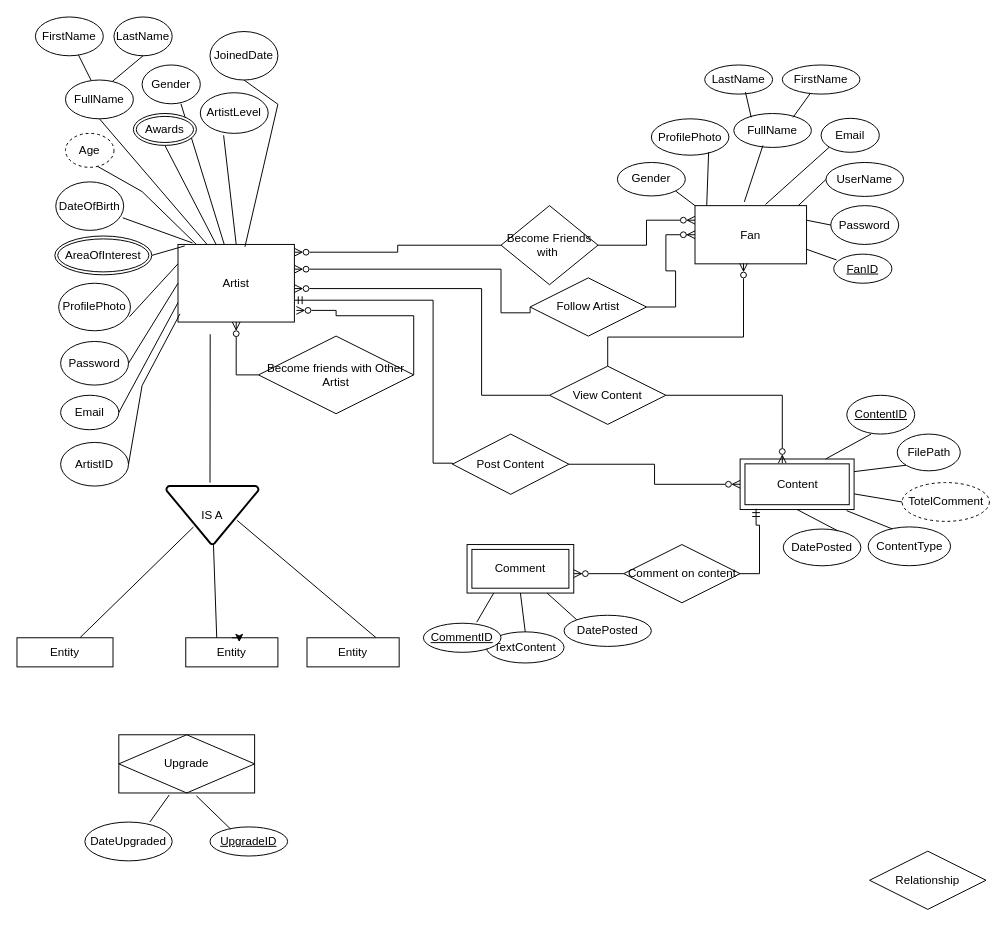
Before: Untitled Diagram.drawio in deleshan/puthurep, a draw.io diagram. Source tidied: cells renumbered, new cells numbered last; positions are measured from the earlier drawing's top-left corner, leaving out a move shared by most shapes. Both pictures are drawn from the tidied source at 97%, with x=0, y=0 at pixel (16, 16).
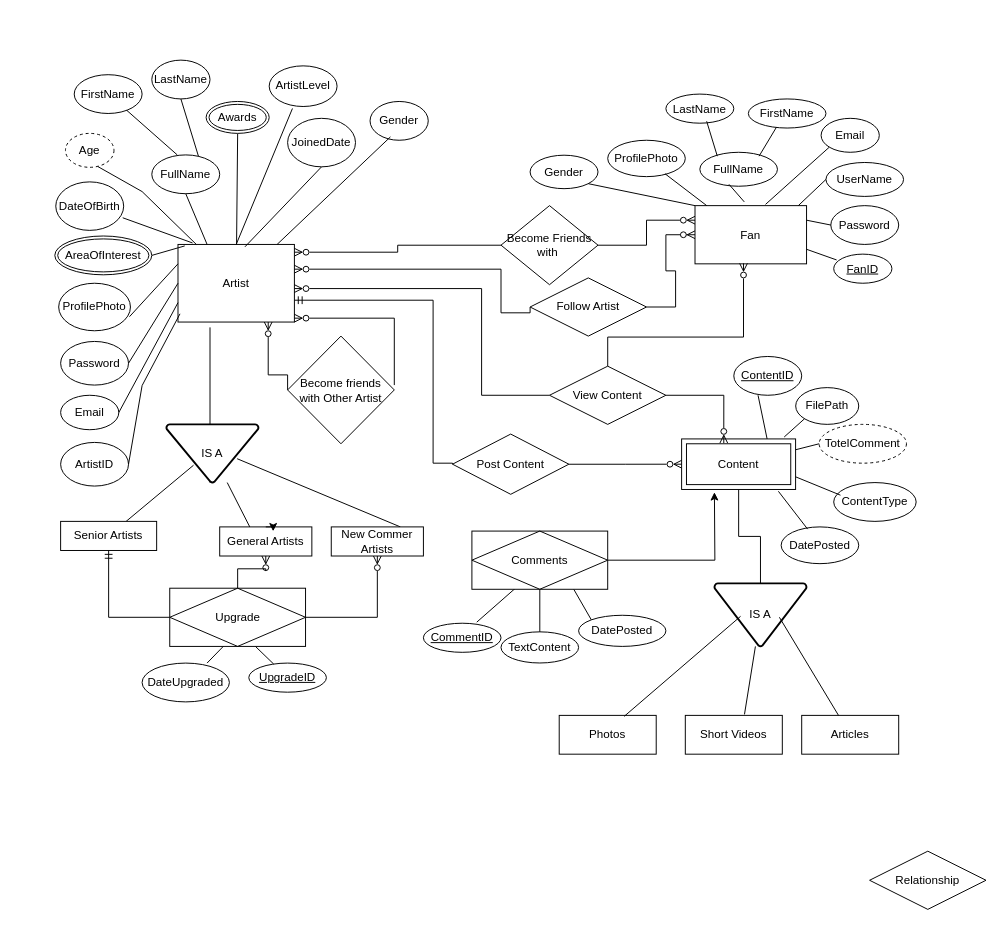
The same diagram, later.

Unchanged cells that the change refers to:
```xml
<mxCell id="2" value="Artist" style="rounded=0;whiteSpace=wrap;html=1;" parent="1" vertex="1">
  <mxGeometry x="166" y="234.5" width="120" height="80" as="geometry" />
</mxCell>
```

Change to the diagram source:
```diff
@@
     <mxCell id="9" value="FullName" style="ellipse;whiteSpace=wrap;html=1;" parent="1" vertex="1">
-      <mxGeometry x="50" y="65" width="70" height="40" as="geometry" />
+      <mxGeometry x="139" y="142.2" width="70" height="40" as="geometry" />
     </mxCell>
     <mxCell id="10" value="ArtistLevel" style="ellipse;whiteSpace=wrap;html=1;" parent="1" vertex="1">
-      <mxGeometry x="189" y="78.1" width="70" height="41.9" as="geometry" />
+      <mxGeometry x="260" y="50.4" width="70" height="41.9" as="geometry" />
     </mxCell>
     <mxCell id="11" value="Gender" style="ellipse;whiteSpace=wrap;html=1;" parent="1" vertex="1">
-      <mxGeometry x="129" y="49.5" width="60" height="40" as="geometry" />
+      <mxGeometry x="364" y="87.1" width="60" height="40" as="geometry" />
     </mxCell>
@@
-    <mxCell id="21" style="endArrow=none;html=1;rounded=0;entryX=0.667;entryY=1;entryDx=0;entryDy=0;entryPerimeter=0;" parent="1" edge="1" source="2" target="11">
+    <mxCell id="21" style="endArrow=none;html=1;rounded=0;entryX=0.35;entryY=0.913;entryDx=0;entryDy=0;entryPerimeter=0;" parent="1" edge="1" source="2" target="11">
       <mxGeometry relative="1" as="geometry" />
     </mxCell>
@@
     <mxCell id="23" value="FirstName" style="ellipse;whiteSpace=wrap;html=1;" parent="1" vertex="1">
-      <mxGeometry x="19" width="70" height="40" as="geometry" />
+      <mxGeometry x="59" y="59.5" width="70" height="40" as="geometry" />
     </mxCell>
     <mxCell id="24" value="LastName" style="ellipse;whiteSpace=wrap;html=1;" parent="1" vertex="1">
-      <mxGeometry x="100" width="60" height="40" as="geometry" />
+      <mxGeometry x="139" y="44.5" width="60" height="40" as="geometry" />
     </mxCell>
@@
     <mxCell id="27" value="JoinedDate" style="ellipse;whiteSpace=wrap;html=1;" parent="1" vertex="1">
-      <mxGeometry x="199" y="15" width="70" height="50" as="geometry" />
+      <mxGeometry x="279" y="104.5" width="70" height="50" as="geometry" />
     </mxCell>
     <mxCell id="28" style="endArrow=none;html=1;rounded=0;entryX=0.5;entryY=1;entryDx=0;entryDy=0;exitX=0.575;exitY=0.031;exitDx=0;exitDy=0;exitPerimeter=0;" parent="1" edge="1" source="2" target="27">
-      <mxGeometry relative="1" as="geometry">
-        <Array as="points">
-          <mxPoint x="269" y="90" />
-        </Array>
-      </mxGeometry>
+      <mxGeometry relative="1" as="geometry" />
     </mxCell>
@@
     <mxCell id="30" value="Awards" style="ellipse;shape=doubleEllipse;margin=3;whiteSpace=wrap;html=1;align=center;" parent="1" vertex="1">
-      <mxGeometry x="120" y="99.5" width="65" height="32.9" as="geometry" />
+      <mxGeometry x="195" y="87.1" width="65" height="32.9" as="geometry" />
     </mxCell>
@@
     <mxCell id="34" value="FullName" style="ellipse;whiteSpace=wrap;html=1;align=center;" parent="1" vertex="1">
-      <mxGeometry x="739" y="99.5" width="80" height="35" as="geometry" />
+      <mxGeometry x="704" y="139.5" width="80" height="35" as="geometry" />
     </mxCell>
@@
     <mxCell id="37" value="FirstName" style="ellipse;whiteSpace=wrap;html=1;align=center;" parent="1" vertex="1">
-      <mxGeometry x="789" y="49.5" width="80" height="30" as="geometry" />
+      <mxGeometry x="754" y="84.5" width="80" height="30" as="geometry" />
     </mxCell>
     <mxCell id="38" value="LastName" style="ellipse;whiteSpace=wrap;html=1;align=center;" parent="1" vertex="1">
-      <mxGeometry x="709" y="49.5" width="70" height="30" as="geometry" />
+      <mxGeometry x="669" y="79.5" width="70" height="30" as="geometry" />
     </mxCell>
     <mxCell id="39" value="ProfilePhoto" style="ellipse;whiteSpace=wrap;html=1;align=center;" parent="1" vertex="1">
-      <mxGeometry x="654" y="105" width="80" height="37.5" as="geometry" />
+      <mxGeometry x="609" y="127.1" width="80" height="37.5" as="geometry" />
     </mxCell>
     <mxCell id="40" value="Gender" style="ellipse;whiteSpace=wrap;html=1;align=center;" parent="1" vertex="1">
-      <mxGeometry x="619" y="150" width="70" height="34.5" as="geometry" />
+      <mxGeometry x="529" y="142.5" width="70" height="34.5" as="geometry" />
     </mxCell>
@@
+    <mxCell id="103" style="edgeStyle=orthogonalEdgeStyle;rounded=0;jettySize=auto;html=1;endArrow=none;endFill=0;" parent="1" edge="1" source="50" target="109">
+      <mxGeometry relative="1" as="geometry" />
+    </mxCell>
     <mxCell id="50" value="Content" style="shape=ext;margin=3;double=1;whiteSpace=wrap;html=1;align=center;" parent="1" vertex="1">
-      <mxGeometry x="745.5" y="455.7" width="117.5" height="52.1" as="geometry" />
+      <mxGeometry x="685.2" y="435" width="117.5" height="52.1" as="geometry" />
     </mxCell>
     <mxCell id="51" value="ContentID" style="ellipse;whiteSpace=wrap;html=1;align=center;fontStyle=4;" parent="1" vertex="1">
-      <mxGeometry x="855.5" y="390" width="70" height="40" as="geometry" />
+      <mxGeometry x="739" y="350" width="70" height="40" as="geometry" />
     </mxCell>
     <mxCell id="52" value="TotelComment" style="ellipse;whiteSpace=wrap;html=1;align=center;dashed=1;" parent="1" vertex="1">
-      <mxGeometry x="912.5" y="480" width="90" height="40" as="geometry" />
+      <mxGeometry x="827" y="420" width="90" height="40" as="geometry" />
     </mxCell>
     <mxCell id="53" value="DatePosted" style="ellipse;whiteSpace=wrap;html=1;align=center;" parent="1" vertex="1">
-      <mxGeometry x="790" y="527.9" width="80" height="37.9" as="geometry" />
+      <mxGeometry x="787.8" y="525.7" width="80" height="37.9" as="geometry" />
     </mxCell>
     <mxCell id="54" value="ContentType" style="ellipse;whiteSpace=wrap;html=1;align=center;" parent="1" vertex="1">
-      <mxGeometry x="877.5" y="525.7" width="85" height="40" as="geometry" />
+      <mxGeometry x="842" y="480" width="85" height="40" as="geometry" />
     </mxCell>
     <mxCell id="55" value="FilePath" style="ellipse;whiteSpace=wrap;html=1;align=center;" parent="1" vertex="1">
-      <mxGeometry x="907.5" y="430" width="65" height="37.9" as="geometry" />
+      <mxGeometry x="802.8" y="382.1" width="65" height="37.9" as="geometry" />
     </mxCell>
@@
-    <mxCell id="58" style="endArrow=none;html=1;rounded=0;entryX=0;entryY=1;entryDx=0;entryDy=0;exitX=1;exitY=0.25;exitDx=0;exitDy=0;" parent="1" edge="1" source="50" target="55">
+    <mxCell id="58" style="endArrow=none;html=1;rounded=0;entryX=0;entryY=1;entryDx=0;entryDy=0;exitX=0.9;exitY=-0.038;exitDx=0;exitDy=0;exitPerimeter=0;" parent="1" edge="1" source="50" target="55">
       <mxGeometry relative="1" as="geometry" />
     </mxCell>
@@
-    <mxCell id="60" style="endArrow=none;html=1;rounded=0;entryX=0.294;entryY=0.053;entryDx=0;entryDy=0;exitX=0.935;exitY=1.022;exitDx=0;exitDy=0;entryPerimeter=0;exitPerimeter=0;" parent="1" edge="1" source="50" target="54">
+    <mxCell id="60" style="endArrow=none;html=1;rounded=0;entryX=0.082;entryY=0.325;entryDx=0;entryDy=0;exitX=1;exitY=0.75;exitDx=0;exitDy=0;entryPerimeter=0;" parent="1" edge="1" source="50" target="54">
       <mxGeometry relative="1" as="geometry" />
     </mxCell>
-    <mxCell id="61" style="endArrow=none;html=1;rounded=0;entryX=0.706;entryY=0.053;entryDx=0;entryDy=0;exitX=0.5;exitY=1;exitDx=0;exitDy=0;entryPerimeter=0;" parent="1" edge="1" source="50" target="53">
+    <mxCell id="61" style="endArrow=none;html=1;rounded=0;entryX=0.341;entryY=0.06;entryDx=0;entryDy=0;exitX=0.849;exitY=1.036;exitDx=0;exitDy=0;entryPerimeter=0;exitPerimeter=0;" parent="1" edge="1" source="50" target="53">
       <mxGeometry relative="1" as="geometry" />
     </mxCell>
-    <mxCell id="62" value="Comment" style="shape=ext;margin=3;double=1;whiteSpace=wrap;html=1;align=center;" parent="1" vertex="1">
-      <mxGeometry x="464" y="543.9" width="110" height="50" as="geometry" />
-    </mxCell>
     <mxCell id="63" value="DatePosted" style="ellipse;whiteSpace=wrap;html=1;align=center;" parent="1" vertex="1">
-      <mxGeometry x="564" y="616.8" width="90" height="32.1" as="geometry" />
+      <mxGeometry x="579" y="616.8" width="90" height="32.1" as="geometry" />
     </mxCell>
     <mxCell id="64" value="TextContent" style="ellipse;whiteSpace=wrap;html=1;align=center;" parent="1" vertex="1">
-      <mxGeometry x="484" y="633.9" width="80" height="32.1" as="geometry" />
+      <mxGeometry x="499" y="633.9" width="80" height="32.1" as="geometry" />
     </mxCell>
@@
-    <mxCell id="66" style="endArrow=none;html=1;rounded=0;entryX=0.25;entryY=1;entryDx=0;entryDy=0;exitX=0.875;exitY=0.202;exitDx=0;exitDy=0;exitPerimeter=0;" parent="1" edge="1" target="62">
+    <mxCell id="66" style="endArrow=none;html=1;rounded=0;exitX=0.875;exitY=0.202;exitDx=0;exitDy=0;exitPerimeter=0;entryX=0.393;entryY=0.833;entryDx=0;entryDy=0;entryPerimeter=0;" parent="1" edge="1" target="108">
       <mxGeometry relative="1" as="geometry">
         <mxPoint x="474" y="623.9" as="sourcePoint" />
       </mxGeometry>
     </mxCell>
-    <mxCell id="67" style="endArrow=none;html=1;rounded=0;entryX=0.5;entryY=1;entryDx=0;entryDy=0;exitX=0.5;exitY=0;exitDx=0;exitDy=0;" parent="1" edge="1" source="64" target="62">
+    <mxCell id="67" style="endArrow=none;html=1;rounded=0;exitX=0.5;exitY=0;exitDx=0;exitDy=0;" parent="1" edge="1" source="64" target="108">
       <mxGeometry relative="1" as="geometry" />
     </mxCell>
-    <mxCell id="68" style="endArrow=none;html=1;rounded=0;entryX=0.75;entryY=1;entryDx=0;entryDy=0;exitX=0;exitY=0;exitDx=0;exitDy=0;" parent="1" edge="1" source="63" target="62">
+    <mxCell id="68" style="endArrow=none;html=1;rounded=0;entryX=0.75;entryY=1;entryDx=0;entryDy=0;exitX=0;exitY=0;exitDx=0;exitDy=0;" parent="1" edge="1" source="63" target="108">
       <mxGeometry relative="1" as="geometry" />
     </mxCell>
     <mxCell id="69" value="UpgradeID" style="ellipse;whiteSpace=wrap;html=1;align=center;fontStyle=4;" parent="1" vertex="1">
-      <mxGeometry x="199" y="835" width="80" height="30" as="geometry" />
+      <mxGeometry x="239" y="666.1" width="80" height="30" as="geometry" />
     </mxCell>
     <mxCell id="70" value="DateUpgraded" style="ellipse;whiteSpace=wrap;html=1;align=center;" parent="1" vertex="1">
-      <mxGeometry x="70" y="830" width="90" height="40" as="geometry" />
+      <mxGeometry x="129" y="666.1" width="90" height="40" as="geometry" />
     </mxCell>
-    <mxCell id="71" style="endArrow=none;html=1;rounded=0;entryX=0.744;entryY=0;entryDx=0;entryDy=0;exitX=0.365;exitY=1.04;exitDx=0;exitDy=0;entryPerimeter=0;exitPerimeter=0;" parent="1" edge="1" target="70">
-      <mxGeometry relative="1" as="geometry">
-        <mxPoint x="157" y="802" as="sourcePoint" />
-      </mxGeometry>
+    <mxCell id="71" style="endArrow=none;html=1;rounded=0;entryX=0.744;entryY=0;entryDx=0;entryDy=0;exitX=0.436;exitY=0.9;exitDx=0;exitDy=0;entryPerimeter=0;exitPerimeter=0;" parent="1" edge="1" source="102" target="70">
+      <mxGeometry relative="1" as="geometry" />
     </mxCell>
-    <mxCell id="72" style="endArrow=none;html=1;rounded=0;entryX=0.263;entryY=0.067;entryDx=0;entryDy=0;exitX=0.609;exitY=1.06;exitDx=0;exitDy=0;entryPerimeter=0;exitPerimeter=0;" parent="1" edge="1" target="69">
-      <mxGeometry relative="1" as="geometry">
-        <mxPoint x="185" y="803" as="sourcePoint" />
-      </mxGeometry>
+    <mxCell id="72" style="endArrow=none;html=1;rounded=0;exitX=0.579;exitY=0.883;exitDx=0;exitDy=0;exitPerimeter=0;" parent="1" edge="1" source="102" target="69">
+      <mxGeometry relative="1" as="geometry" />
     </mxCell>
@@
-    <mxCell id="79" style="edgeStyle=orthogonalEdgeStyle;rounded=0;jettySize=auto;html=1;entryX=1;entryY=0.6;entryDx=0;entryDy=0;entryPerimeter=0;endArrow=ERzeroToMany;endFill=0;exitX=0;exitY=0.5;exitDx=0;exitDy=0;" parent="1" edge="1" source="81" target="62">
-      <mxGeometry relative="1" as="geometry" />
-    </mxCell>
-    <mxCell id="80" style="edgeStyle=orthogonalEdgeStyle;rounded=0;jettySize=auto;html=1;entryX=0.14;entryY=0.984;entryDx=0;entryDy=0;entryPerimeter=0;endArrow=ERmandOne;endFill=0;exitX=1;exitY=0.5;exitDx=0;exitDy=0;" parent="1" edge="1" source="81" target="50">
-      <mxGeometry relative="1" as="geometry" />
-    </mxCell>
-    <mxCell id="81" value="Comment on content" style="shape=rhombus;perimeter=rhombusPerimeter;whiteSpace=wrap;html=1;align=center;" parent="1" vertex="1">
-      <mxGeometry x="625.5" y="543.9" width="120" height="60" as="geometry" />
-    </mxCell>
@@
-    <mxCell id="85" style="edgeStyle=orthogonalEdgeStyle;rounded=0;jettySize=auto;html=1;exitX=1;exitY=0.5;exitDx=0;exitDy=0;endArrow=ERzeroToMany;endFill=0;entryX=1.017;entryY=0.85;entryDx=0;entryDy=0;entryPerimeter=0;" parent="1" edge="1" source="87" target="2">
+    <mxCell id="85" style="edgeStyle=orthogonalEdgeStyle;rounded=0;orthogonalLoop=1;jettySize=auto;html=1;exitX=1;exitY=0.5;exitDx=0;exitDy=0;endArrow=ERzeroToMany;endFill=0;" parent="1" edge="1">
       <mxGeometry relative="1" as="geometry">
+        <mxPoint x="389" y="379.5" as="sourcePoint" />
+        <mxPoint x="286" y="310.5" as="targetPoint" />
         <Array as="points">
-          <mxPoint x="329" y="308" />
+          <mxPoint x="389" y="310.5" />
         </Array>
       </mxGeometry>
     </mxCell>
     <mxCell id="86" style="edgeStyle=orthogonalEdgeStyle;rounded=0;jettySize=auto;html=1;exitX=0;exitY=0.5;exitDx=0;exitDy=0;endArrow=ERzeroToMany;endFill=0;" parent="1" edge="1" source="87" target="2">
       <mxGeometry relative="1" as="geometry">
         <Array as="points">
-          <mxPoint x="226" y="369" />
+          <mxPoint x="279" y="369" />
+          <mxPoint x="259" y="369" />
         </Array>
       </mxGeometry>
     </mxCell>
     <mxCell id="87" value="Become friends with Other Artist" style="shape=rhombus;perimeter=rhombusPerimeter;whiteSpace=wrap;html=1;align=center;" parent="1" vertex="1">
-      <mxGeometry x="249" y="329" width="160" height="80" as="geometry" />
+      <mxGeometry x="279" y="329" width="110" height="111" as="geometry" />
     </mxCell>
@@
-    <mxCell id="93" style="endArrow=none;html=1;rounded=0;entryX=0.5;entryY=1;entryDx=0;entryDy=0;entryPerimeter=0;" parent="1" edge="1">
+    <mxCell id="93" style="endArrow=none;html=1;rounded=0;" parent="1" edge="1">
       <mxGeometry relative="1" as="geometry">
         <mxPoint x="199" y="480" as="sourcePoint" />
-        <mxPoint x="199.2" y="327.1" as="targetPoint" />
+        <mxPoint x="199" y="320" as="targetPoint" />
       </mxGeometry>
     </mxCell>
@@
     <mxCell id="97" value="IS A" style="strokeWidth=2;html=1;shape=mxgraph.flowchart.merge_or_storage;whiteSpace=wrap;" parent="1" vertex="1">
-      <mxGeometry x="154" y="483.6" width="95" height="60" as="geometry" />
+      <mxGeometry x="154" y="420" width="95" height="60" as="geometry" />
     </mxCell>
-    <mxCell id="98" value="Entity" style="whiteSpace=wrap;html=1;align=center;" parent="1" vertex="1">
-      <mxGeometry x="299" y="640" width="95" height="30" as="geometry" />
+    <mxCell id="98" value="New Commer Artists" style="whiteSpace=wrap;html=1;align=center;" parent="1" vertex="1">
+      <mxGeometry x="324" y="525.7" width="95" height="30" as="geometry" />
     </mxCell>
-    <mxCell id="99" value="Entity" style="whiteSpace=wrap;html=1;align=center;" parent="1" vertex="1">
-      <mxGeometry x="174" y="640" width="95" height="30" as="geometry" />
+    <mxCell id="99" value="General Artists" style="whiteSpace=wrap;html=1;align=center;" parent="1" vertex="1">
+      <mxGeometry x="209" y="525.7" width="95" height="30" as="geometry" />
     </mxCell>
@@
-    <mxCell id="101" value="Entity" style="whiteSpace=wrap;html=1;align=center;" parent="1" vertex="1">
-      <mxGeometry y="640" width="99" height="30" as="geometry" />
+    <mxCell id="101" value="Senior Artists" style="whiteSpace=wrap;html=1;align=center;" parent="1" vertex="1">
+      <mxGeometry x="45" y="520" width="99" height="30" as="geometry" />
     </mxCell>
+    <mxCell id="104" style="edgeStyle=orthogonalEdgeStyle;rounded=0;jettySize=auto;html=1;endArrow=ERmandOne;endFill=0;" parent="1" edge="1" source="102" target="101">
+      <mxGeometry relative="1" as="geometry" />
+    </mxCell>
+    <mxCell id="105" style="edgeStyle=orthogonalEdgeStyle;rounded=0;jettySize=auto;html=1;endArrow=ERzeroToMany;endFill=0;" parent="1" edge="1" source="102" target="99">
+      <mxGeometry relative="1" as="geometry" />
+    </mxCell>
+    <mxCell id="106" style="edgeStyle=orthogonalEdgeStyle;rounded=0;jettySize=auto;html=1;endArrow=ERzeroToMany;endFill=0;entryX=0.5;entryY=1;entryDx=0;entryDy=0;" parent="1" edge="1" source="102" target="98">
+      <mxGeometry relative="1" as="geometry" />
+    </mxCell>
     <mxCell id="102" value="Upgrade" style="shape=associativeEntity;whiteSpace=wrap;html=1;align=center;" parent="1" vertex="1">
-      <mxGeometry x="105" y="740" width="140" height="60" as="geometry" />
+      <mxGeometry x="157.5" y="588.9" width="140" height="60" as="geometry" />
     </mxCell>
+    <mxCell id="107" style="edgeStyle=orthogonalEdgeStyle;rounded=0;jettySize=auto;html=1;" parent="1" edge="1" source="108">
+      <mxGeometry relative="1" as="geometry">
+        <mxPoint x="719" y="490" as="targetPoint" />
+      </mxGeometry>
+    </mxCell>
+    <mxCell id="108" value="Comments" style="shape=associativeEntity;whiteSpace=wrap;html=1;align=center;" parent="1" vertex="1">
+      <mxGeometry x="469" y="530" width="140" height="60" as="geometry" />
+    </mxCell>
+    <mxCell id="109" value="IS A" style="strokeWidth=2;html=1;shape=mxgraph.flowchart.merge_or_storage;whiteSpace=wrap;" parent="1" vertex="1">
+      <mxGeometry x="719" y="583.9" width="95" height="65" as="geometry" />
+    </mxCell>
+    <mxCell id="110" value="Articles" style="whiteSpace=wrap;html=1;align=center;" parent="1" vertex="1">
+      <mxGeometry x="809" y="720" width="100" height="40" as="geometry" />
+    </mxCell>
+    <mxCell id="111" value="Short Videos" style="whiteSpace=wrap;html=1;align=center;" parent="1" vertex="1">
+      <mxGeometry x="689" y="720" width="100" height="40" as="geometry" />
+    </mxCell>
+    <mxCell id="112" value="Photos" style="whiteSpace=wrap;html=1;align=center;" parent="1" vertex="1">
+      <mxGeometry x="559" y="720" width="100" height="40" as="geometry" />
+    </mxCell>
+    <mxCell id="113" style="endArrow=none;html=1;rounded=0;exitX=0.67;exitY=0.025;exitDx=0;exitDy=0;exitPerimeter=0;entryX=0.284;entryY=0.523;entryDx=0;entryDy=0;entryPerimeter=0;" parent="1" edge="1" source="112" target="109">
+      <mxGeometry relative="1" as="geometry" />
+    </mxCell>
+    <mxCell id="114" style="endArrow=none;html=1;rounded=0;exitX=0.61;exitY=-0.025;exitDx=0;exitDy=0;exitPerimeter=0;" parent="1" edge="1" source="111" target="109">
+      <mxGeometry relative="1" as="geometry" />
+    </mxCell>
+    <mxCell id="115" style="endArrow=none;html=1;rounded=0;entryX=0.705;entryY=0.538;entryDx=0;entryDy=0;entryPerimeter=0;" parent="1" edge="1" source="110" target="109">
+      <mxGeometry relative="1" as="geometry" />
+    </mxCell>
```
